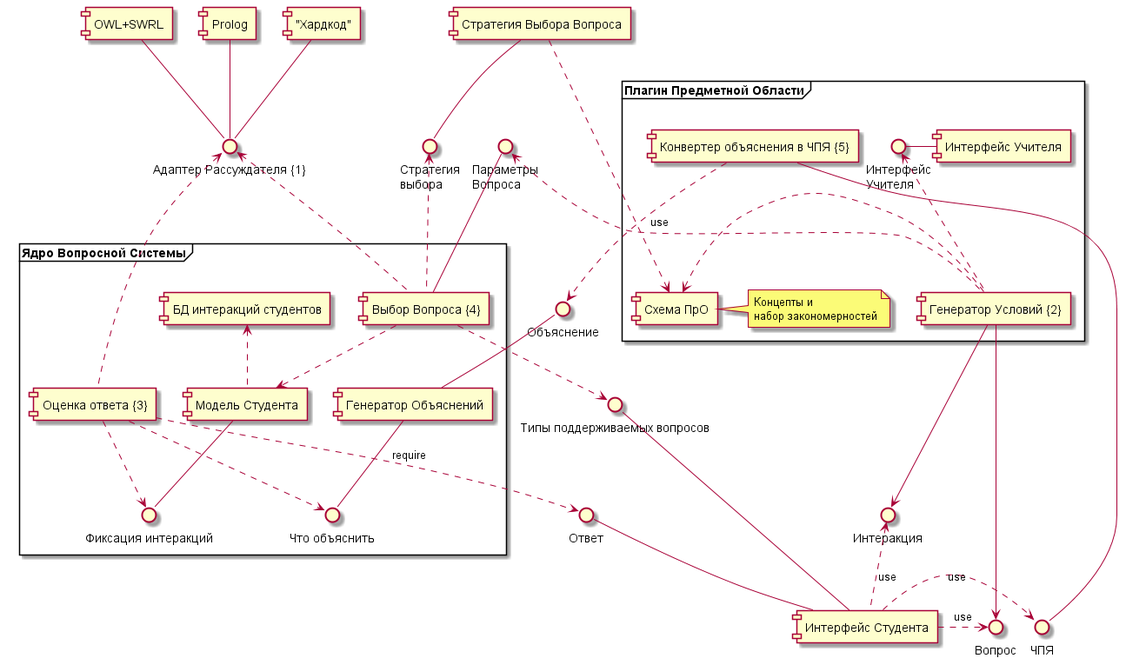
Above: img/plantuml/OntoQuiz_comp.png in den1s0v/onto-quiz (PlantUML), before the change. Source of this version:
```plantuml
@startuml


interface "Адаптер Рассуждателя {1}" as IRA
interface "Стратегия\n выбора" as IStrategy
interface "Вопрос" as IQuestion
interface "Параметры\n Вопроса" as IQSpec
interface "Интеракция" as IInteraction

interface "Ответ" as IAnswer
interface "Типы поддерживаемых вопросов" as IQuestionTypes

frame "Ядро Вопросной Системы" {
  IRA <.. [Выбор Вопроса {4}]
  [Выбор Вопроса {4}] .u.> IStrategy
  [Выбор Вопроса {4}] ..> IQuestionTypes
  [Выбор Вопроса {4}] ..> [Модель Студента]
  [Выбор Вопроса {4}] -u- IQSpec
  () "Что объяснить" as IExplain
  IRA <.. [Оценка ответа {3}]
  [БД интеракций студентов]
  () "Фиксация интеракций" as IInteractionSave
  [БД интеракций студентов] <.. [Модель Студента]
  [Модель Студента] -- IInteractionSave
  [Оценка ответа {3}] .d.> IAnswer : require
  [Оценка ответа {3}] ..> IExplain
  [Оценка ответа {3}] ..> IInteractionSave
  [Генератор Объяснений] -- IExplain
}

[OWL+SWRL]  -d- IRA
[Prolog]     -d- IRA
["Хардкод"] -d- IRA

[Генератор Объяснений] -u- Объяснение

frame "Плагин Предметной Области" {
  [Конвертер объяснения в ЧПЯ {5}] ..> Объяснение : use
  [Генератор Условий {2}] .l.> IQSpec
  [Генератор Условий {2}] -r-> IQuestion
  [Генератор Условий {2}] -d-> IInteraction
  [Генератор Условий {2}] .> [Схема ПрО]
  () "Интерфейс\nУчителя" as ITeacherGUI
  ITeacherGUI <.. [Генератор Условий {2}]
  ITeacherGUI - [Интерфейс Учителя]
  note "Концепты и \nнабор закономерностей" as note1
  [Схема ПрО] .r. note1
}

[Конвертер объяснения в ЧПЯ {5}] -- ЧПЯ

[Стратегия Выбора Вопроса] .> [Схема ПрО]
[Стратегия Выбора Вопроса] -- IStrategy

[Интерфейс Студента] -u- IAnswer
[Интерфейс Студента] -l- IQuestionTypes
[Интерфейс Студента] .r.> IQuestion : use
[Интерфейс Студента] .u.> IInteraction : use
[Интерфейс Студента] .> ЧПЯ : use


@enduml
```
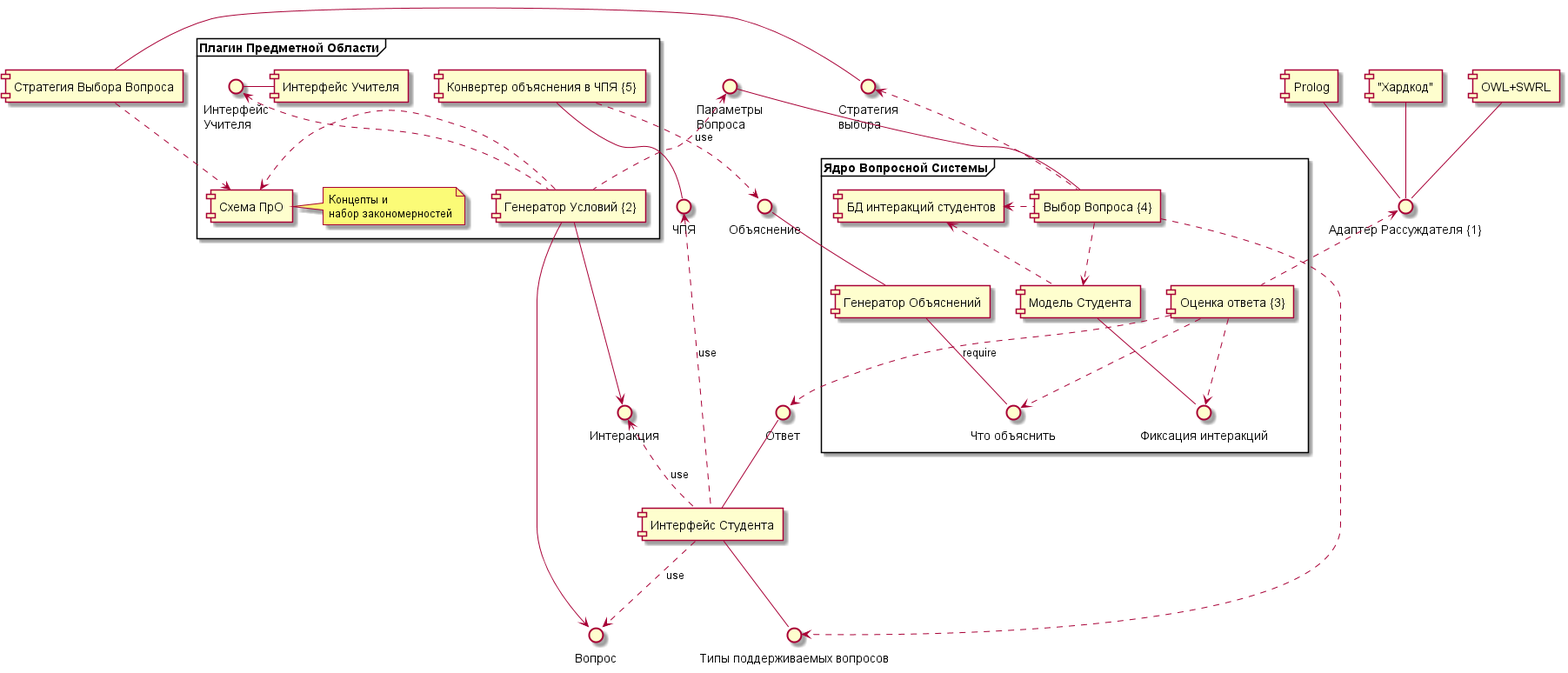
After the commit.

Commit message:
Обновлена диаграмма компонентов  P.S. укладка стрелок - кошмар :(

What changed in the source:
```diff
@@ -11,11 +11,11 @@
 interface "Типы поддерживаемых вопросов" as IQuestionTypes
 
 frame "Ядро Вопросной Системы" {
-  IRA <.. [Выбор Вопроса {4}]
   [Выбор Вопроса {4}] .u.> IStrategy
   [Выбор Вопроса {4}] ..> IQuestionTypes
   [Выбор Вопроса {4}] ..> [Модель Студента]
   [Выбор Вопроса {4}] -u- IQSpec
+  [Выбор Вопроса {4}] .l.> [БД интеракций студентов]
   () "Что объяснить" as IExplain
   IRA <.. [Оценка ответа {3}]
   [БД интеракций студентов]
@@ -28,9 +28,9 @@
   [Генератор Объяснений] -- IExplain
 }
 
-[OWL+SWRL]  -d- IRA
-[Prolog]     -d- IRA
-["Хардкод"] -d- IRA
+[OWL+SWRL]  -- IRA
+[Prolog]     -- IRA
+["Хардкод"] -- IRA
 
 [Генератор Объяснений] -u- Объяснение
 
@@ -50,13 +50,13 @@
 [Конвертер объяснения в ЧПЯ {5}] -- ЧПЯ
 
 [Стратегия Выбора Вопроса] .> [Схема ПрО]
-[Стратегия Выбора Вопроса] -- IStrategy
+[Стратегия Выбора Вопроса] - IStrategy
 
 [Интерфейс Студента] -u- IAnswer
-[Интерфейс Студента] -l- IQuestionTypes
-[Интерфейс Студента] .r.> IQuestion : use
+[Интерфейс Студента] -- IQuestionTypes
+[Интерфейс Студента] ..> IQuestion : use
 [Интерфейс Студента] .u.> IInteraction : use
-[Интерфейс Студента] .> ЧПЯ : use
+[Интерфейс Студента] .l.> ЧПЯ : use
 
 
 @enduml
```
